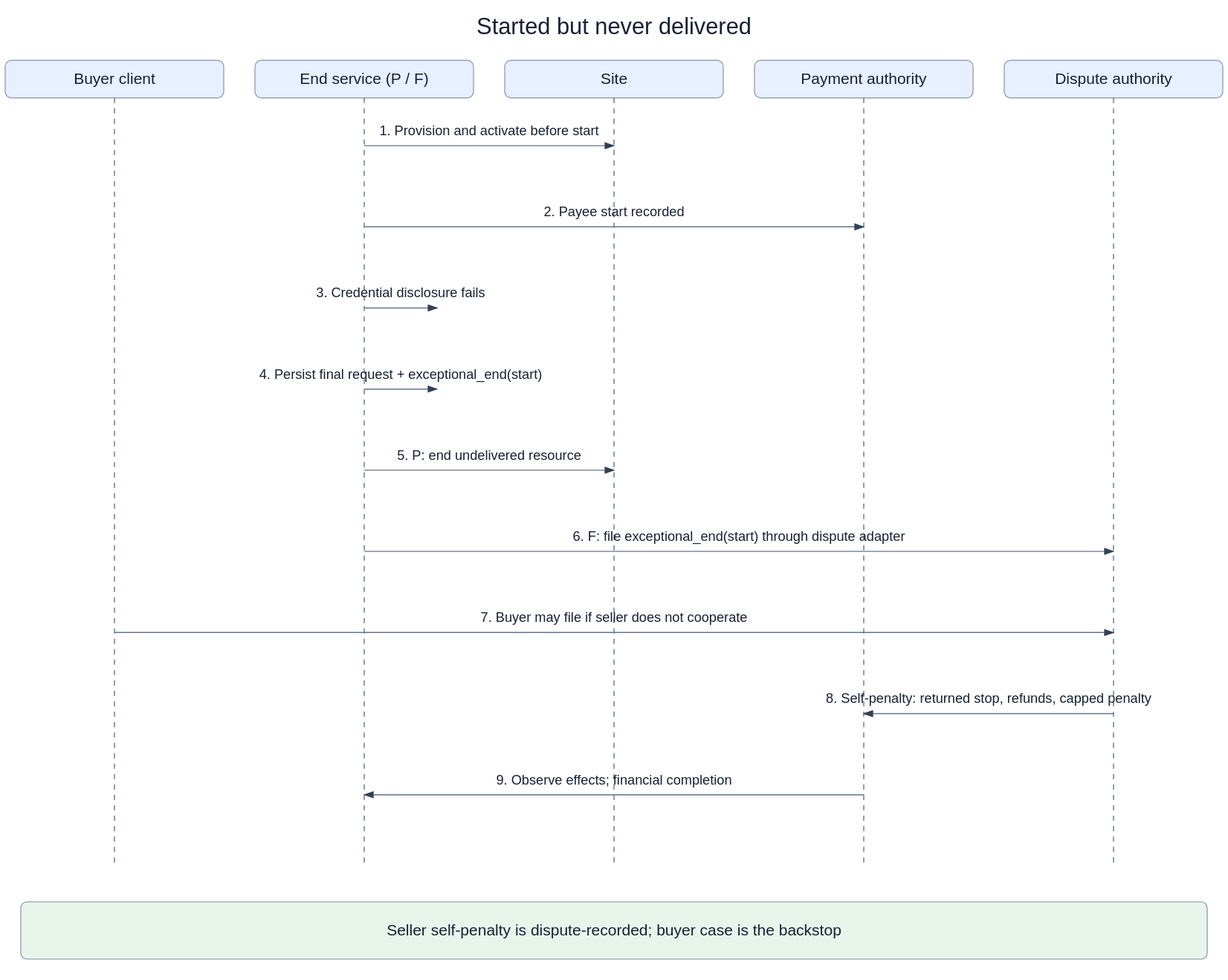
Above: openspec/changes/converge-ongoing-compute-leases/diagrams/08-start-before-delivery.svg in arkhai-io/simple-compute-market (draw.io), before the change. Source tidied: cells renumbered, new cells last; positions are measured from the earlier drawing's top-left corner, leaving out a move shared by most shapes.
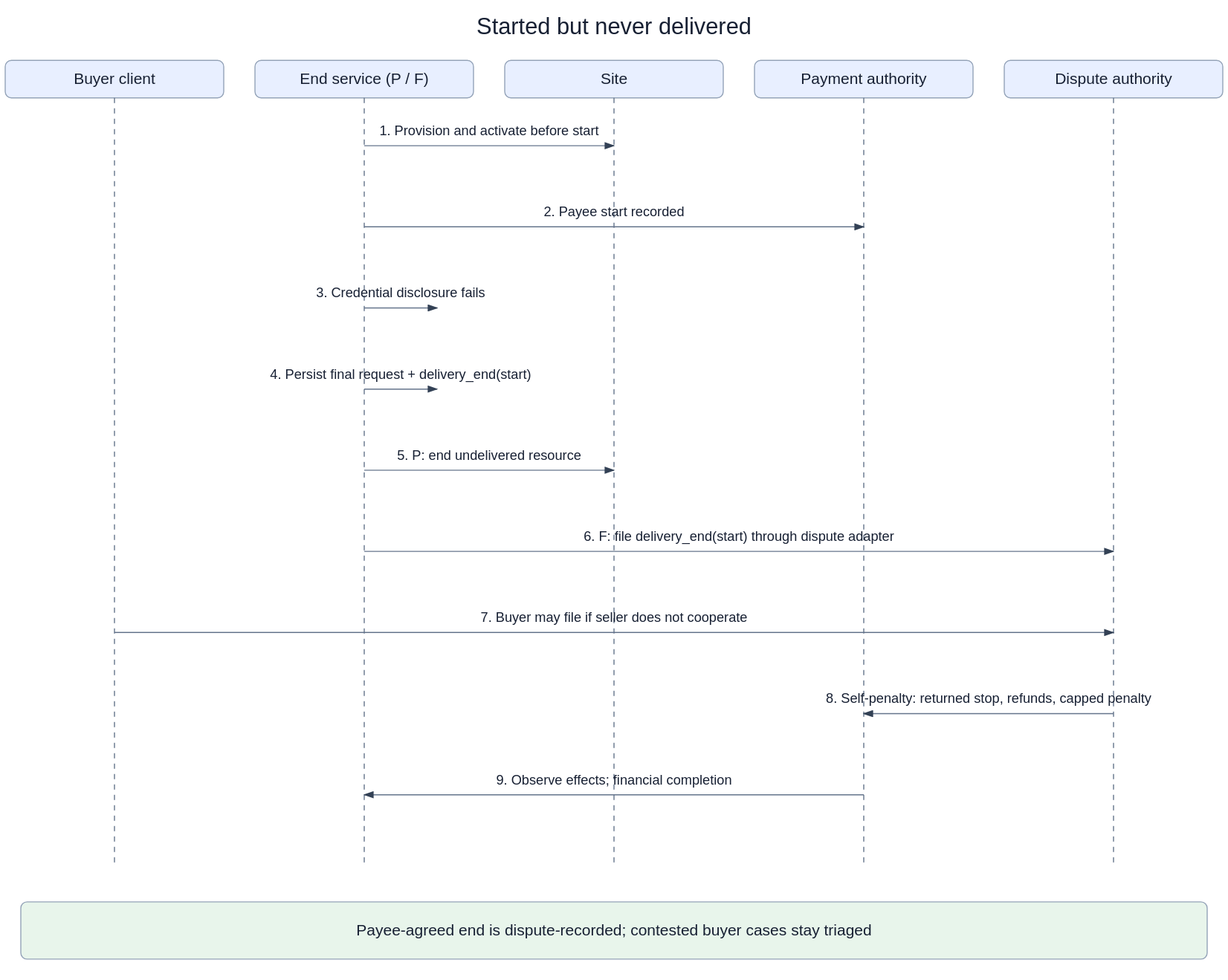
After the change.

Diff of the diagram source:
```diff
@@ -68,7 +68,7 @@
         <mxPoint x="415" y="286" as="targetPoint" />
       </mxGeometry>
     </mxCell>
-    <mxCell id="16" value="4. Persist final request + exceptional_end(start)" style="endArrow=block;fontSize=13;labelBackgroundColor=#ffffff;" parent="1" edge="1">
+    <mxCell id="16" value="4. Persist final request + delivery_end(start)" style="endArrow=block;fontSize=13;labelBackgroundColor=#ffffff;" parent="1" edge="1">
       <mxGeometry relative="1" as="geometry">
         <mxPoint x="345" y="364" as="sourcePoint" />
         <mxPoint x="415" y="364" as="targetPoint" />
@@ -80,7 +80,7 @@
         <mxPoint x="585" y="442" as="targetPoint" />
       </mxGeometry>
     </mxCell>
-    <mxCell id="18" value="6. F: file exceptional_end(start) through dispute adapter" style="endArrow=block;fontSize=13;labelBackgroundColor=#ffffff;" parent="1" edge="1">
+    <mxCell id="18" value="6. F: file delivery_end(start) through dispute adapter" style="endArrow=block;fontSize=13;labelBackgroundColor=#ffffff;" parent="1" edge="1">
       <mxGeometry relative="1" as="geometry">
         <mxPoint x="345" y="520" as="sourcePoint" />
         <mxPoint x="1065" y="520" as="targetPoint" />
@@ -104,7 +104,7 @@
         <mxPoint x="345" y="754" as="targetPoint" />
       </mxGeometry>
     </mxCell>
-    <mxCell id="22" value="Seller self-penalty is dispute-recorded; buyer case is the backstop" style="rounded=1;fillColor=#e8f5eb;fontSize=15;" parent="1" vertex="1">
+    <mxCell id="22" value="Payee-agreed end is dispute-recorded; contested buyer cases stay triaged" style="rounded=1;fillColor=#e8f5eb;fontSize=15;" parent="1" vertex="1">
       <mxGeometry x="15" y="857" width="1140" height="55" as="geometry" />
     </mxCell>
   </root>
```
